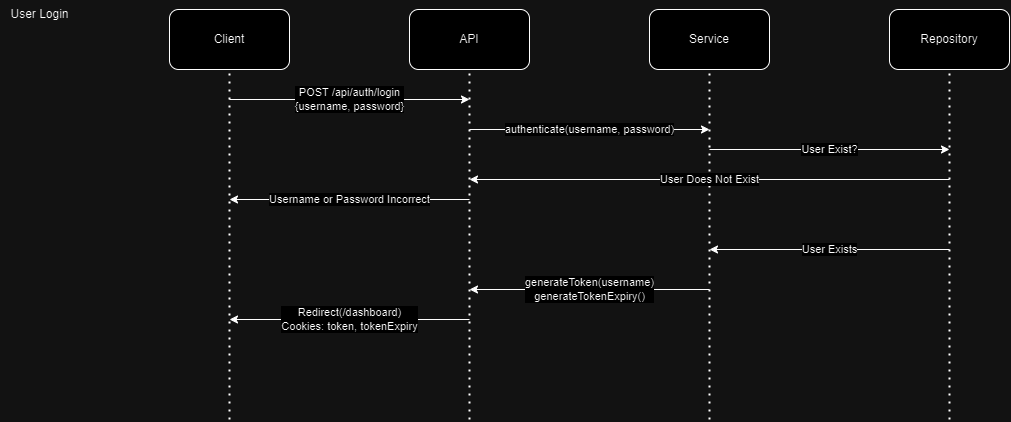
Earlier version of the draw.io export documents/images/LoginSequence.drawio.png (shahd9290/Competitive-Revision-Website). Source tidied: cells renumbered, new cells last; positions are measured from the earlier drawing's top-left corner, leaving out a move shared by most shapes. Its diagram source:
```xml
<mxGraphModel>
  <root>
    <mxCell id="0" />
    <mxCell id="1" parent="0" />
    <mxCell id="2" value="User Login" style="text;html=1;align=center;verticalAlign=middle;strokeColor=none;fillColor=none;" parent="1" vertex="1">
      <mxGeometry width="80" height="30" as="geometry" />
    </mxCell>
    <mxCell id="3" value="API" style="rounded=1;whiteSpace=wrap;html=1;" parent="1" vertex="1">
      <mxGeometry x="410" y="10" width="120" height="60" as="geometry" />
    </mxCell>
    <mxCell id="4" style="endArrow=none;dashed=1;html=1;dashPattern=1 3;strokeWidth=2;rounded=0;entryX=0.5;entryY=1;entryDx=0;entryDy=0;" parent="1" edge="1" target="3">
      <mxGeometry relative="1" as="geometry">
        <mxPoint x="470" y="420" as="sourcePoint" />
      </mxGeometry>
    </mxCell>
    <mxCell id="5" value="Service" style="rounded=1;whiteSpace=wrap;html=1;" parent="1" vertex="1">
      <mxGeometry x="650" y="10" width="120" height="60" as="geometry" />
    </mxCell>
    <mxCell id="6" style="endArrow=none;dashed=1;html=1;dashPattern=1 3;strokeWidth=2;rounded=0;entryX=0.5;entryY=1;entryDx=0;entryDy=0;" parent="1" edge="1" target="5">
      <mxGeometry relative="1" as="geometry">
        <mxPoint x="710" y="420" as="sourcePoint" />
      </mxGeometry>
    </mxCell>
    <mxCell id="7" value="Repository" style="rounded=1;whiteSpace=wrap;html=1;" parent="1" vertex="1">
      <mxGeometry x="890" y="10" width="120" height="60" as="geometry" />
    </mxCell>
    <mxCell id="8" style="endArrow=none;dashed=1;html=1;dashPattern=1 3;strokeWidth=2;rounded=0;entryX=0.5;entryY=1;entryDx=0;entryDy=0;" parent="1" edge="1" target="7">
      <mxGeometry relative="1" as="geometry">
        <mxPoint x="950" y="420" as="sourcePoint" />
      </mxGeometry>
    </mxCell>
    <mxCell id="9" value="Client" style="rounded=1;whiteSpace=wrap;html=1;" parent="1" vertex="1">
      <mxGeometry x="170" y="10" width="120" height="60" as="geometry" />
    </mxCell>
    <mxCell id="10" style="endArrow=none;dashed=1;html=1;dashPattern=1 3;strokeWidth=2;rounded=0;entryX=0.5;entryY=1;entryDx=0;entryDy=0;" parent="1" edge="1" target="9">
      <mxGeometry relative="1" as="geometry">
        <mxPoint x="230" y="420" as="sourcePoint" />
      </mxGeometry>
    </mxCell>
    <mxCell id="11" value="POST /api/auth/login&lt;br&gt;{username, password}" style="endArrow=classic;html=1;rounded=0;" parent="1" edge="1">
      <mxGeometry relative="1" as="geometry">
        <mxPoint x="230" y="100" as="sourcePoint" />
        <mxPoint x="470" y="100" as="targetPoint" />
      </mxGeometry>
    </mxCell>
    <mxCell id="12" value="authenticate(username, password)" style="endArrow=classic;html=1;rounded=0;" parent="1" edge="1">
      <mxGeometry relative="1" as="geometry">
        <mxPoint x="470" y="130" as="sourcePoint" />
        <mxPoint x="710" y="130" as="targetPoint" />
      </mxGeometry>
    </mxCell>
    <mxCell id="13" value="User Exist?" style="endArrow=classic;html=1;rounded=0;" parent="1" edge="1">
      <mxGeometry relative="1" as="geometry">
        <mxPoint x="710" y="150" as="sourcePoint" />
        <mxPoint x="950" y="150" as="targetPoint" />
      </mxGeometry>
    </mxCell>
    <mxCell id="14" value="User Exists" style="endArrow=classic;html=1;rounded=0;" parent="1" edge="1">
      <mxGeometry relative="1" as="geometry">
        <mxPoint x="950" y="250" as="sourcePoint" />
        <mxPoint x="710" y="250" as="targetPoint" />
      </mxGeometry>
    </mxCell>
    <mxCell id="15" value="User Does Not Exist" style="endArrow=classic;html=1;rounded=0;" parent="1" edge="1">
      <mxGeometry relative="1" as="geometry">
        <mxPoint x="950" y="180" as="sourcePoint" />
        <mxPoint x="470" y="180" as="targetPoint" />
      </mxGeometry>
    </mxCell>
    <mxCell id="16" value="Username or Password Incorrect" style="endArrow=classic;html=1;rounded=0;" parent="1" edge="1">
      <mxGeometry relative="1" as="geometry">
        <mxPoint x="470" y="200" as="sourcePoint" />
        <mxPoint x="230" y="200" as="targetPoint" />
      </mxGeometry>
    </mxCell>
    <mxCell id="17" value="generateToken(username)&lt;br&gt;generateTokenExpiry()" style="endArrow=classic;html=1;rounded=0;" parent="1" edge="1">
      <mxGeometry relative="1" as="geometry">
        <mxPoint x="710" y="290" as="sourcePoint" />
        <mxPoint x="470" y="290" as="targetPoint" />
      </mxGeometry>
    </mxCell>
    <mxCell id="18" value="Redirect(/dashboard)&lt;br&gt;Cookies: token, tokenExpiry" style="endArrow=classic;html=1;rounded=0;" parent="1" edge="1">
      <mxGeometry relative="1" as="geometry">
        <mxPoint x="470" y="320" as="sourcePoint" />
        <mxPoint x="230" y="320" as="targetPoint" />
      </mxGeometry>
    </mxCell>
  </root>
</mxGraphModel>
```
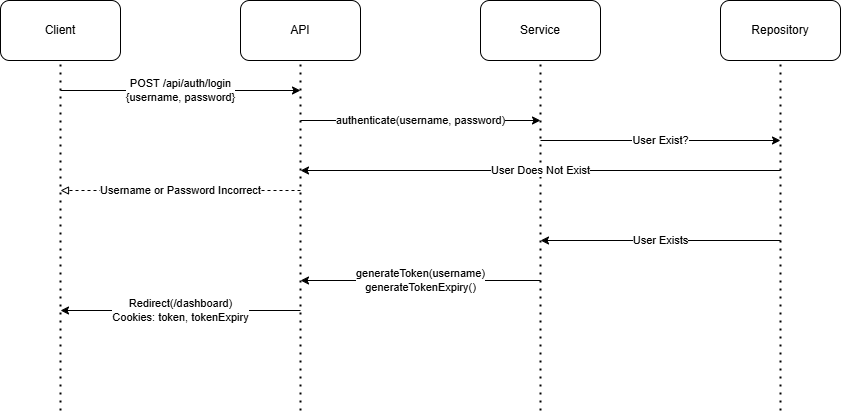
The same diagram one commit later.

What changed in the source:
```diff
@@ -2,41 +2,38 @@
   <root>
     <mxCell id="0" />
     <mxCell id="1" parent="0" />
-    <mxCell id="2" value="User Login" style="text;html=1;align=center;verticalAlign=middle;strokeColor=none;fillColor=none;" parent="1" vertex="1">
-      <mxGeometry width="80" height="30" as="geometry" />
-    </mxCell>
     <mxCell id="3" value="API" style="rounded=1;whiteSpace=wrap;html=1;" parent="1" vertex="1">
       <mxGeometry x="410" y="10" width="120" height="60" as="geometry" />
     </mxCell>
-    <mxCell id="4" style="endArrow=none;dashed=1;html=1;dashPattern=1 3;strokeWidth=2;rounded=0;entryX=0.5;entryY=1;entryDx=0;entryDy=0;" parent="1" edge="1" target="3">
-      <mxGeometry relative="1" as="geometry">
-        <mxPoint x="470" y="420" as="sourcePoint" />
-      </mxGeometry>
-    </mxCell>
+    <mxCell id="19" style="endArrow=none;dashed=1;html=1;dashPattern=1 3;strokeWidth=2;rounded=0;entryX=0.5;entryY=1;entryDx=0;entryDy=0;" parent="1" edge="1" target="3">
+      <mxGeometry relative="1" as="geometry">
+        <mxPoint x="470" y="420" as="sourcePoint" />
+      </mxGeometry>
+    </mxCell>
     <mxCell id="5" value="Service" style="rounded=1;whiteSpace=wrap;html=1;" parent="1" vertex="1">
       <mxGeometry x="650" y="10" width="120" height="60" as="geometry" />
     </mxCell>
-    <mxCell id="6" style="endArrow=none;dashed=1;html=1;dashPattern=1 3;strokeWidth=2;rounded=0;entryX=0.5;entryY=1;entryDx=0;entryDy=0;" parent="1" edge="1" target="5">
-      <mxGeometry relative="1" as="geometry">
-        <mxPoint x="710" y="420" as="sourcePoint" />
-      </mxGeometry>
-    </mxCell>
+    <mxCell id="20" style="endArrow=none;dashed=1;html=1;dashPattern=1 3;strokeWidth=2;rounded=0;entryX=0.5;entryY=1;entryDx=0;entryDy=0;" parent="1" edge="1" target="5">
+      <mxGeometry relative="1" as="geometry">
+        <mxPoint x="710" y="420" as="sourcePoint" />
+      </mxGeometry>
+    </mxCell>
     <mxCell id="7" value="Repository" style="rounded=1;whiteSpace=wrap;html=1;" parent="1" vertex="1">
       <mxGeometry x="890" y="10" width="120" height="60" as="geometry" />
     </mxCell>
-    <mxCell id="8" style="endArrow=none;dashed=1;html=1;dashPattern=1 3;strokeWidth=2;rounded=0;entryX=0.5;entryY=1;entryDx=0;entryDy=0;" parent="1" edge="1" target="7">
-      <mxGeometry relative="1" as="geometry">
-        <mxPoint x="950" y="420" as="sourcePoint" />
-      </mxGeometry>
-    </mxCell>
+    <mxCell id="21" style="endArrow=none;dashed=1;html=1;dashPattern=1 3;strokeWidth=2;rounded=0;entryX=0.5;entryY=1;entryDx=0;entryDy=0;" parent="1" edge="1" target="7">
+      <mxGeometry relative="1" as="geometry">
+        <mxPoint x="950" y="420" as="sourcePoint" />
+      </mxGeometry>
+    </mxCell>
     <mxCell id="9" value="Client" style="rounded=1;whiteSpace=wrap;html=1;" parent="1" vertex="1">
       <mxGeometry x="170" y="10" width="120" height="60" as="geometry" />
     </mxCell>
-    <mxCell id="10" style="endArrow=none;dashed=1;html=1;dashPattern=1 3;strokeWidth=2;rounded=0;entryX=0.5;entryY=1;entryDx=0;entryDy=0;" parent="1" edge="1" target="9">
-      <mxGeometry relative="1" as="geometry">
-        <mxPoint x="230" y="420" as="sourcePoint" />
-      </mxGeometry>
-    </mxCell>
+    <mxCell id="22" style="endArrow=none;dashed=1;html=1;dashPattern=1 3;strokeWidth=2;rounded=0;entryX=0.5;entryY=1;entryDx=0;entryDy=0;" parent="1" edge="1" target="9">
+      <mxGeometry relative="1" as="geometry">
+        <mxPoint x="230" y="420" as="sourcePoint" />
+      </mxGeometry>
+    </mxCell>
     <mxCell id="11" value="POST /api/auth/login&lt;br&gt;{username, password}" style="endArrow=classic;html=1;rounded=0;" parent="1" edge="1">
       <mxGeometry relative="1" as="geometry">
         <mxPoint x="230" y="100" as="sourcePoint" />
@@ -67,7 +64,7 @@
         <mxPoint x="470" y="180" as="targetPoint" />
       </mxGeometry>
     </mxCell>
-    <mxCell id="16" value="Username or Password Incorrect" style="endArrow=classic;html=1;rounded=0;" parent="1" edge="1">
+    <mxCell id="16" value="Username or Password Incorrect" style="endArrow=block;html=1;rounded=0;endFill=0;dashed=1;" parent="1" edge="1">
       <mxGeometry relative="1" as="geometry">
         <mxPoint x="470" y="200" as="sourcePoint" />
         <mxPoint x="230" y="200" as="targetPoint" />
@@ -79,7 +76,7 @@
         <mxPoint x="470" y="290" as="targetPoint" />
       </mxGeometry>
     </mxCell>
-    <mxCell id="18" value="Redirect(/dashboard)&lt;br&gt;Cookies: token, tokenExpiry" style="endArrow=classic;html=1;rounded=0;" parent="1" edge="1">
+    <mxCell id="18" value="Redirect(/dashboard)&lt;br&gt;Cookies: token, tokenExpiry" style="endArrow=classic;html=1;rounded=0;endFill=1;" parent="1" edge="1">
       <mxGeometry relative="1" as="geometry">
         <mxPoint x="470" y="320" as="sourcePoint" />
         <mxPoint x="230" y="320" as="targetPoint" />
```
